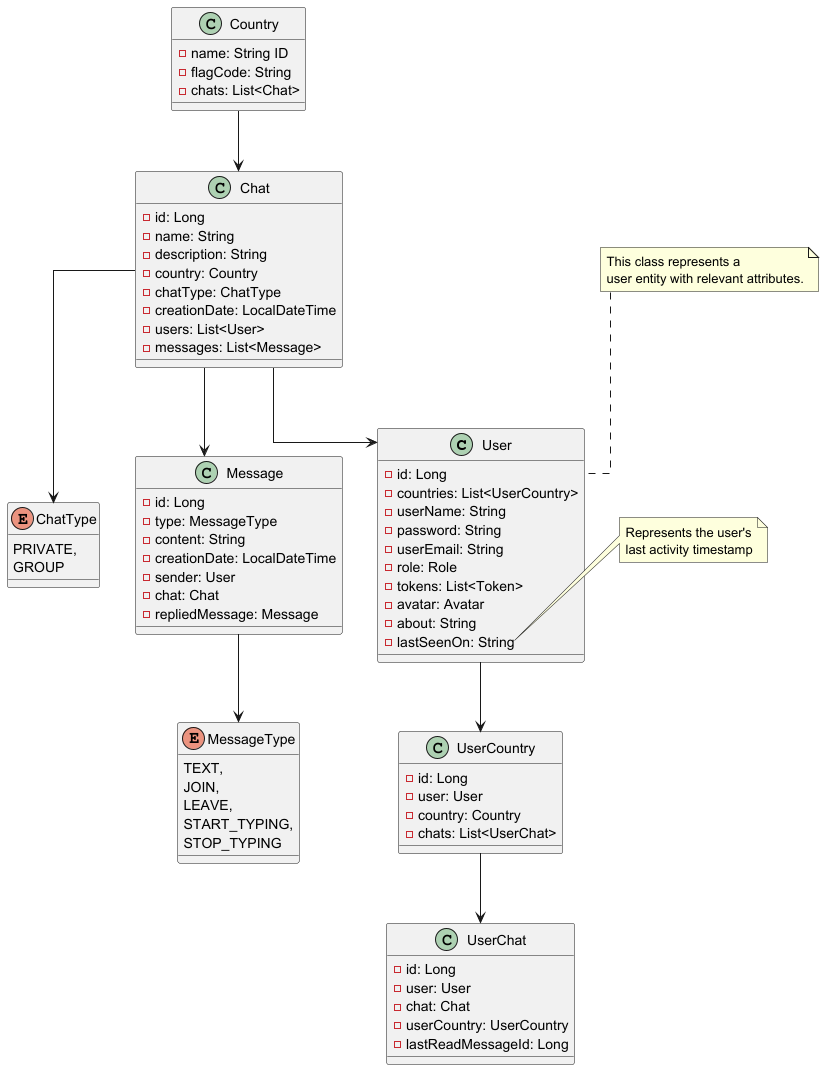
Earlier version of the PlantUML export docs/userLastSeenFeature/updateClassDiagram.png (LiashenkoAndrey/talk-and-travel).
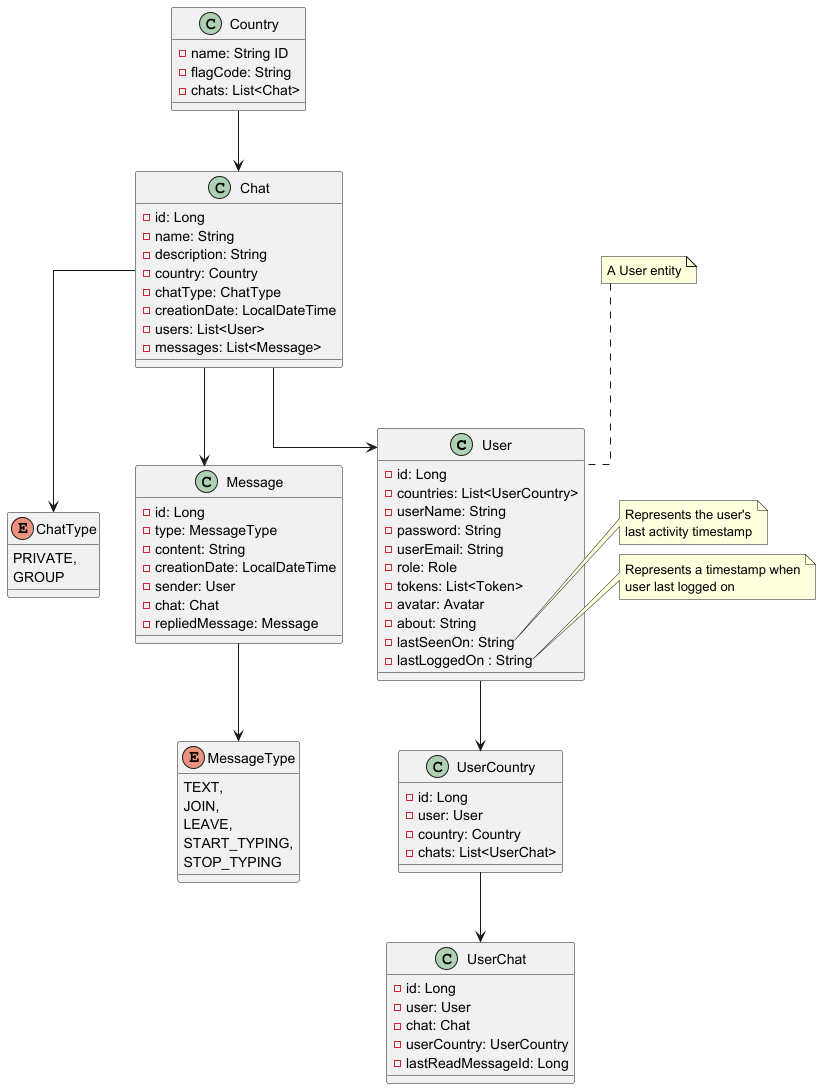
Later version of the same file.

Change to the diagram source:
```diff
@@ -31,16 +31,21 @@
   - avatar: Avatar
   - about: String
   - lastSeenOn: String
+  - lastLoggedOn : String
 }
 
 note top of User
-  This class represents a
-  user entity with relevant attributes.
+  A User entity
 end note
 
 note right of User::lastSeenOn
   Represents the user's
   last activity timestamp
+end note
+
+note right of User::lastLoggedOn
+   Represents a timestamp when
+   user last logged on
 end note
 
 class UserCountry {
```
